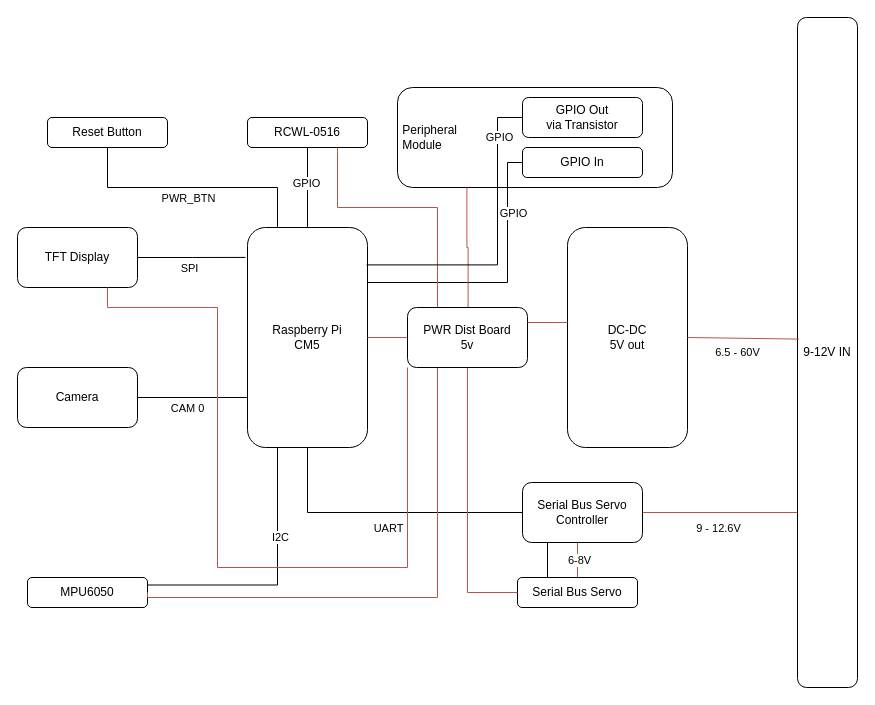
Before: circuits/CM5 Head Wiring.drawio in faxxxan/WALL-B, a draw.io diagram. Source tidied: cells renumbered, new cells numbered last; positions are measured from the earlier drawing's top-left corner, leaving out a move shared by most shapes. Both pictures are drawn from the tidied source at 100%, with x=0, y=0 at pixel (17, 17).
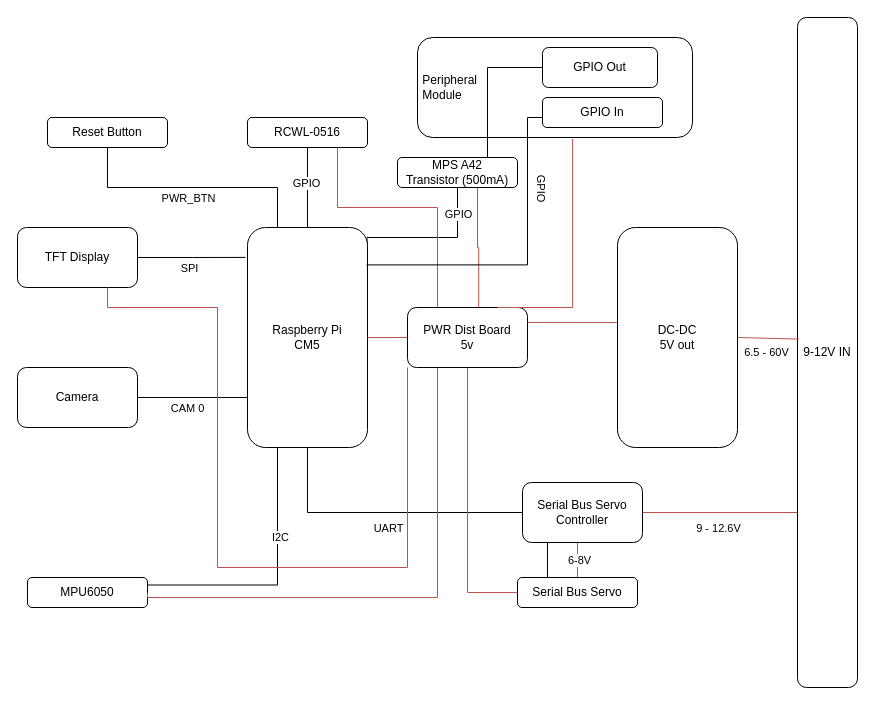
The same page after the edit.

The change refers to these unchanged cells:
```xml
<mxCell id="5" value="Raspberry Pi &lt;br&gt;CM5" style="rounded=1;whiteSpace=wrap;html=1;" parent="1" vertex="1">
  <mxGeometry x="230" y="210" width="120" height="220" as="geometry" />
</mxCell>
<mxCell id="37" value="PWR Dist Board&lt;br&gt;5v" style="rounded=1;whiteSpace=wrap;html=1;" parent="1" vertex="1">
  <mxGeometry x="390" y="290" width="120" height="60" as="geometry" />
</mxCell>
```

Diff of the diagram source:
```diff
@@
     <mxCell id="2" value="&amp;nbsp;Peripheral&lt;br&gt;&amp;nbsp;Module" style="rounded=1;whiteSpace=wrap;html=1;align=left;" parent="1" vertex="1">
-      <mxGeometry x="380" y="70" width="275" height="100" as="geometry" />
+      <mxGeometry x="400" y="20" width="275" height="100" as="geometry" />
     </mxCell>
@@
+    <mxCell id="46" style="edgeStyle=orthogonalEdgeStyle;shape=connector;rounded=0;jettySize=auto;html=1;exitX=0.996;exitY=0.114;exitDx=0;exitDy=0;entryX=0.5;entryY=1;entryDx=0;entryDy=0;strokeColor=default;align=center;verticalAlign=middle;fontFamily=Helvetica;fontSize=11;fontColor=default;labelBackgroundColor=default;startFill=0;endArrow=none;exitPerimeter=0;" parent="1" edge="1" source="5" target="48">
+      <mxGeometry relative="1" as="geometry">
+        <Array as="points">
+          <mxPoint x="350" y="220" />
+          <mxPoint x="440" y="220" />
+        </Array>
+      </mxGeometry>
+    </mxCell>
+    <mxCell id="23" value="GPIO" style="edgeLabel;html=1;align=center;verticalAlign=middle;fontFamily=Helvetica;fontSize=11;fontColor=default;labelBackgroundColor=default;" parent="46" vertex="1">
+      <mxGeometry x="0.66" y="-3" relative="1" as="geometry">
+        <mxPoint x="-3" as="offset" />
+      </mxGeometry>
+    </mxCell>
@@
-    <mxCell id="22" style="edgeStyle=orthogonalEdgeStyle;shape=connector;rounded=0;jettySize=auto;html=1;exitX=0;exitY=0.5;exitDx=0;exitDy=0;entryX=1;entryY=0.25;entryDx=0;entryDy=0;strokeColor=default;align=center;verticalAlign=middle;fontFamily=Helvetica;fontSize=11;fontColor=default;labelBackgroundColor=default;startFill=0;endArrow=none;" parent="1" edge="1" source="24" target="5">
-      <mxGeometry relative="1" as="geometry">
-        <Array as="points">
-          <mxPoint x="490" y="145" />
-          <mxPoint x="490" y="265" />
-        </Array>
-      </mxGeometry>
-    </mxCell>
-    <mxCell id="23" value="GPIO" style="edgeLabel;html=1;align=center;verticalAlign=middle;fontFamily=Helvetica;fontSize=11;fontColor=default;labelBackgroundColor=default;" parent="22" vertex="1">
-      <mxGeometry x="-0.53" y="5" relative="1" as="geometry" />
-    </mxCell>
     <mxCell id="24" value="GPIO In" style="rounded=1;whiteSpace=wrap;html=1;" parent="1" vertex="1">
-      <mxGeometry x="505" y="130" width="120" height="30" as="geometry" />
+      <mxGeometry x="525" y="80" width="120" height="30" as="geometry" />
     </mxCell>
-    <mxCell id="25" value="GPIO Out&lt;br&gt;via Transistor" style="rounded=1;whiteSpace=wrap;html=1;" parent="1" vertex="1">
-      <mxGeometry x="505" y="80" width="120" height="40" as="geometry" />
+    <mxCell id="25" value="GPIO Out" style="rounded=1;whiteSpace=wrap;html=1;" parent="1" vertex="1">
+      <mxGeometry x="525" y="30" width="115" height="40" as="geometry" />
     </mxCell>
     <mxCell id="26" value="DC-DC&lt;br&gt;5V out" style="rounded=1;whiteSpace=wrap;html=1;" parent="1" vertex="1">
-      <mxGeometry x="550" y="210" width="120" height="220" as="geometry" />
+      <mxGeometry x="600" y="210" width="120" height="220" as="geometry" />
     </mxCell>
@@
     <mxCell id="34" style="edgeStyle=orthogonalEdgeStyle;shape=connector;rounded=0;orthogonalLoop=1;jettySize=auto;html=1;exitX=0.5;exitY=0;exitDx=0;exitDy=0;entryX=0.25;entryY=1;entryDx=0;entryDy=0;strokeColor=#b85450;align=center;verticalAlign=middle;fontFamily=Helvetica;fontSize=11;fontColor=default;labelBackgroundColor=default;startFill=0;endArrow=none;fillColor=#f8cecc;" parent="1" edge="1">
       <mxGeometry relative="1" as="geometry">
-        <mxPoint x="450.6" y="290" as="sourcePoint" />
-        <mxPoint x="449.4" y="170" as="targetPoint" />
+        <mxPoint x="461.2" y="290" as="sourcePoint" />
+        <mxPoint x="460" y="170" as="targetPoint" />
         <Array as="points">
-          <mxPoint x="450.6" y="230" />
-          <mxPoint x="449.6" y="230" />
+          <mxPoint x="461.2" y="230" />
+          <mxPoint x="460.2" y="230" />
         </Array>
       </mxGeometry>
     </mxCell>
@@
-    <mxCell id="39" style="edgeStyle=orthogonalEdgeStyle;shape=connector;rounded=0;jettySize=auto;html=1;exitX=0;exitY=0.5;exitDx=0;exitDy=0;entryX=0.992;entryY=0.17;entryDx=0;entryDy=0;entryPerimeter=0;strokeColor=default;align=center;verticalAlign=middle;fontFamily=Helvetica;fontSize=11;fontColor=default;labelBackgroundColor=default;startFill=0;endArrow=none;" parent="1" edge="1" source="25" target="5">
+    <mxCell id="39" style="edgeStyle=orthogonalEdgeStyle;shape=connector;rounded=0;jettySize=auto;html=1;exitX=0;exitY=0.5;exitDx=0;exitDy=0;entryX=0.992;entryY=0.17;entryDx=0;entryDy=0;entryPerimeter=0;strokeColor=default;align=center;verticalAlign=middle;fontFamily=Helvetica;fontSize=11;fontColor=default;labelBackgroundColor=default;startFill=0;endArrow=none;" parent="1" edge="1" source="24" target="5">
       <mxGeometry relative="1" as="geometry">
         <Array as="points">
-          <mxPoint x="480" y="100" />
-          <mxPoint x="480" y="247" />
+          <mxPoint x="525" y="100" />
+          <mxPoint x="510" y="100" />
+          <mxPoint x="510" y="247" />
         </Array>
       </mxGeometry>
     </mxCell>
-    <mxCell id="40" value="GPIO" style="edgeLabel;html=1;align=center;verticalAlign=middle;fontFamily=Helvetica;fontSize=11;fontColor=default;labelBackgroundColor=default;" parent="39" vertex="1">
-      <mxGeometry x="-0.71" y="1" relative="1" as="geometry" />
+    <mxCell id="40" value="GPIO" style="edgeLabel;html=1;align=center;verticalAlign=middle;fontFamily=Helvetica;fontSize=11;fontColor=default;labelBackgroundColor=default;rotation=90;" parent="39" vertex="1">
+      <mxGeometry x="-0.71" y="1" relative="1" as="geometry">
+        <mxPoint x="14" y="42" as="offset" />
+      </mxGeometry>
     </mxCell>
@@
+    <mxCell id="47" style="edgeStyle=orthogonalEdgeStyle;shape=connector;rounded=0;jettySize=auto;html=1;exitX=0.5;exitY=0;exitDx=0;exitDy=0;entryX=0;entryY=0.5;entryDx=0;entryDy=0;strokeColor=default;align=center;verticalAlign=middle;fontFamily=Helvetica;fontSize=11;fontColor=default;labelBackgroundColor=default;startFill=0;endArrow=none;" parent="1" edge="1" source="48" target="25">
+      <mxGeometry relative="1" as="geometry">
+        <Array as="points">
+          <mxPoint x="470" y="140" />
+          <mxPoint x="470" y="50" />
+        </Array>
+      </mxGeometry>
+    </mxCell>
+    <mxCell id="48" value="MPS A42&lt;br&gt;Transistor (500mA)" style="rounded=1;whiteSpace=wrap;html=1;" parent="1" vertex="1">
+      <mxGeometry x="380" y="140" width="120" height="30" as="geometry" />
+    </mxCell>
+    <mxCell id="49" style="edgeStyle=orthogonalEdgeStyle;shape=connector;rounded=0;jettySize=auto;html=1;exitX=0.75;exitY=0;exitDx=0;exitDy=0;entryX=0.564;entryY=1.015;entryDx=0;entryDy=0;entryPerimeter=0;strokeColor=#b85450;align=center;verticalAlign=middle;fontFamily=Helvetica;fontSize=11;fontColor=default;labelBackgroundColor=default;startFill=0;endArrow=none;fillColor=#f8cecc;" parent="1" edge="1" source="37" target="2">
+      <mxGeometry relative="1" as="geometry">
+        <Array as="points">
+          <mxPoint x="555" y="290" />
+        </Array>
+      </mxGeometry>
+    </mxCell>
```
